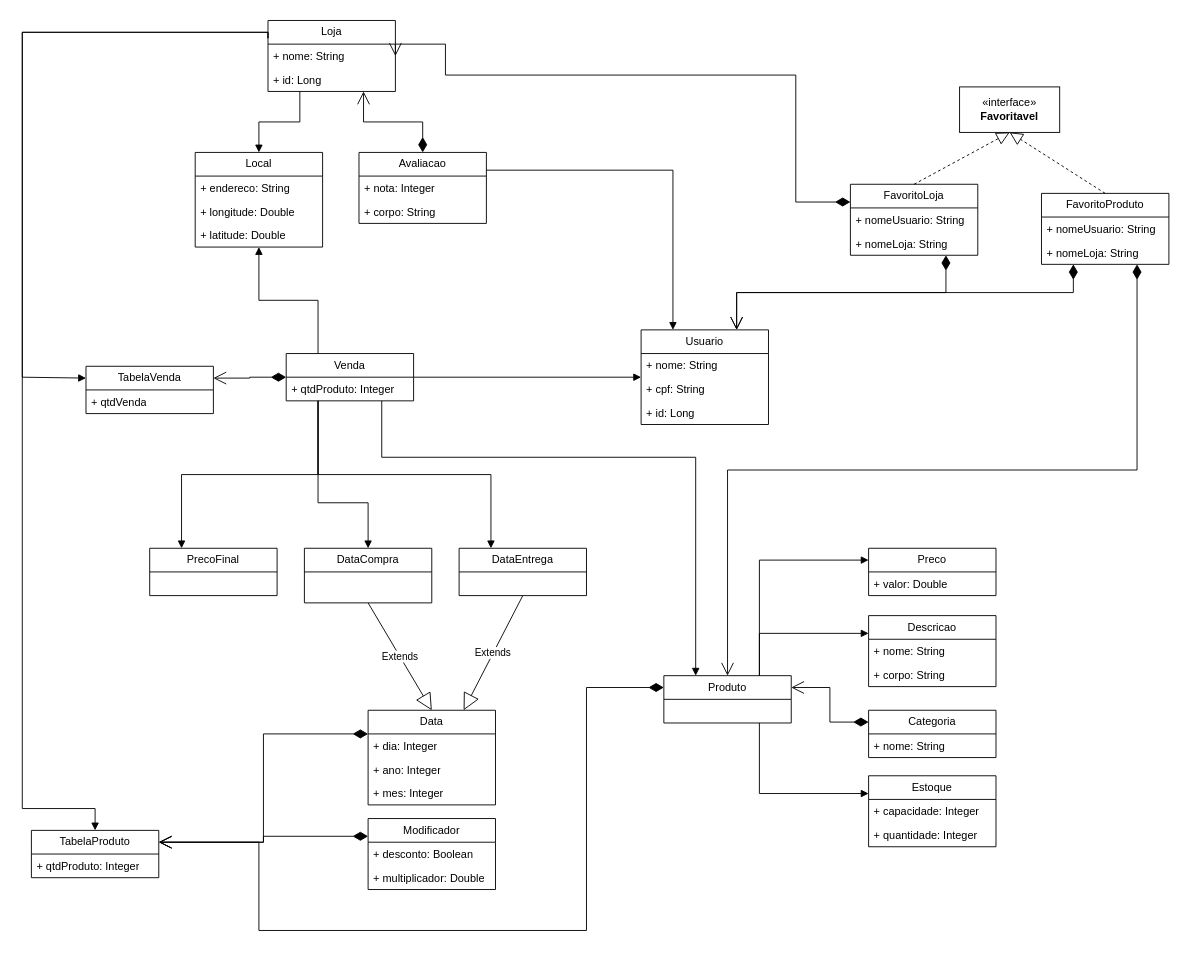
Bruno-Ed-cs/cityShop keeps this draw.io diagram as diagrams/DiagramaDeClasse.drawio. Above is the earlier version. Source tidied: cells renumbered, new cells numbered last; positions are measured from the earlier drawing's top-left corner, leaving out a move shared by most shapes. Both pictures are drawn from the tidied source at 91%, with x=0, y=0 at pixel (22, 20).
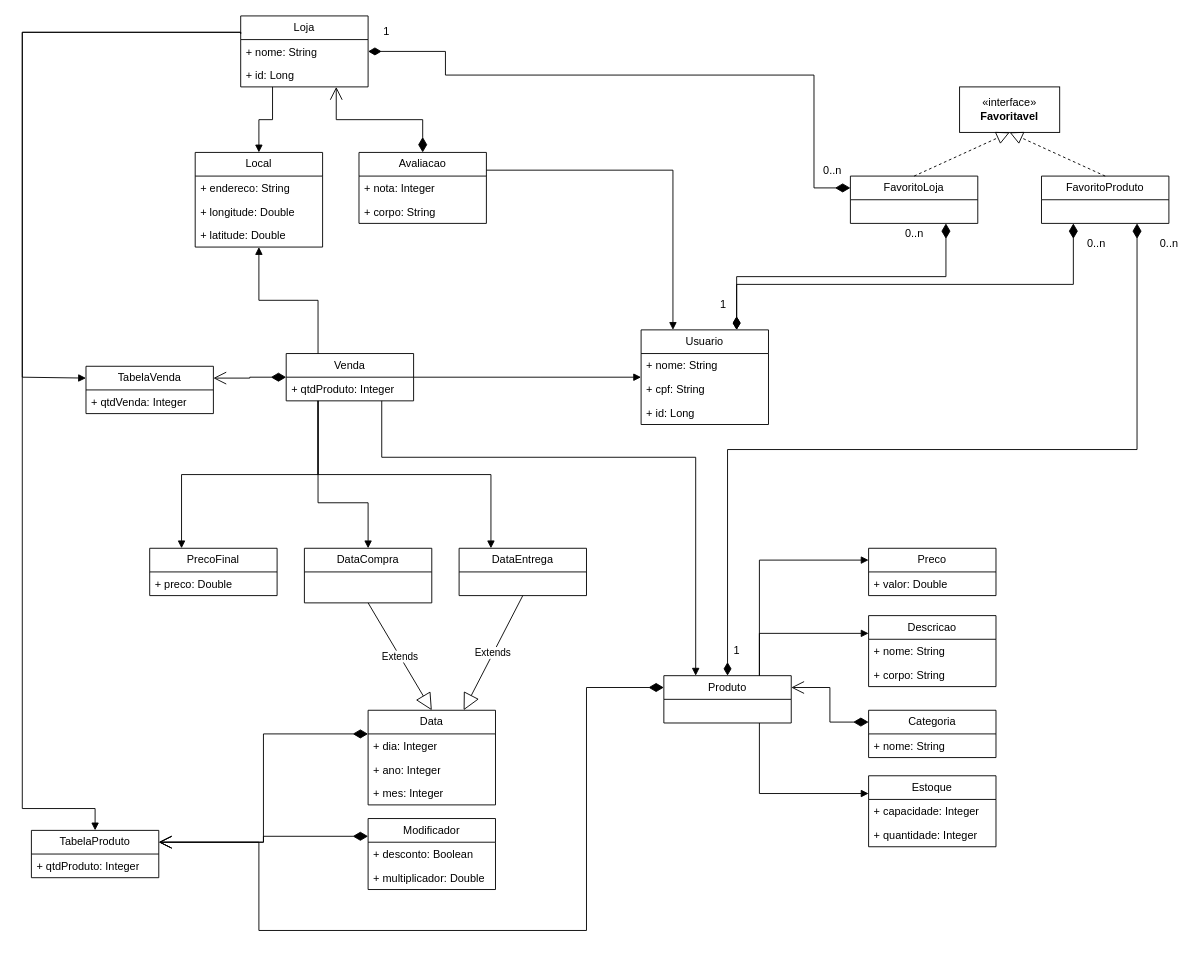
The same page after the edit.

The change refers to these unchanged cells:
```xml
<mxCell id="13" value="TabelaVenda" style="swimlane;fontStyle=0;horizontal=1;startSize=26;fillColor=none;whiteSpace=wrap;html=1;" parent="1" vertex="1">
  <mxGeometry x="70" y="380" width="140" height="52" as="geometry" />
</mxCell>
<mxCell id="15" value="Produto" style="swimlane;fontStyle=0;horizontal=1;startSize=26;fillColor=none;whiteSpace=wrap;html=1;" parent="1" vertex="1">
  <mxGeometry x="705" y="720" width="140" height="52" as="geometry" />
</mxCell>
<mxCell id="23" value="Usuario" style="swimlane;fontStyle=0;horizontal=1;startSize=26;fillColor=none;whiteSpace=wrap;html=1;" parent="1" vertex="1">
  <mxGeometry x="680" y="340" width="140" height="104" as="geometry" />
</mxCell>
<mxCell id="63" value="PrecoFinal" style="swimlane;fontStyle=0;horizontal=1;startSize=26;fillColor=none;whiteSpace=wrap;html=1;" parent="1" vertex="1">
  <mxGeometry x="140" y="580" width="140" height="52" as="geometry" />
</mxCell>
```

What changed in the source:
```diff
@@
-    <mxCell id="14" value="+ qtdVenda" style="text;strokeColor=none;fillColor=none;align=left;verticalAlign=top;spacingLeft=4;spacingRight=4;overflow=hidden;whiteSpace=wrap;html=1;" parent="13" vertex="1">
+    <mxCell id="14" value="+ qtdVenda: Integer" style="text;strokeColor=none;fillColor=none;align=left;verticalAlign=top;spacingLeft=4;spacingRight=4;overflow=hidden;whiteSpace=wrap;html=1;" parent="13" vertex="1">
       <mxGeometry y="26" width="140" height="26" as="geometry" />
     </mxCell>
@@
     <mxCell id="28" value="FavoritoProduto" style="swimlane;fontStyle=0;horizontal=1;startSize=26;fillColor=none;whiteSpace=wrap;html=1;" parent="1" vertex="1">
-      <mxGeometry x="1120" y="190" width="140" height="78" as="geometry" />
+      <mxGeometry x="1120" y="171" width="140" height="52" as="geometry" />
     </mxCell>
-    <mxCell id="29" value="+ nomeUsuario: String" style="text;strokeColor=none;fillColor=none;align=left;verticalAlign=top;spacingLeft=4;spacingRight=4;overflow=hidden;whiteSpace=wrap;html=1;" parent="28" vertex="1">
-      <mxGeometry y="26" width="140" height="26" as="geometry" />
-    </mxCell>
-    <mxCell id="30" value="+ nomeLoja: String" style="text;strokeColor=none;fillColor=none;align=left;verticalAlign=top;spacingLeft=4;spacingRight=4;overflow=hidden;whiteSpace=wrap;html=1;" parent="28" vertex="1">
-      <mxGeometry y="52" width="140" height="26" as="geometry" />
-    </mxCell>
     <mxCell id="31" value="FavoritoLoja" style="swimlane;fontStyle=0;horizontal=1;startSize=26;fillColor=none;whiteSpace=wrap;html=1;" parent="1" vertex="1">
-      <mxGeometry x="910" y="180" width="140" height="78" as="geometry" />
+      <mxGeometry x="910" y="171" width="140" height="52" as="geometry" />
     </mxCell>
-    <mxCell id="32" value="+ nomeUsuario: String" style="text;strokeColor=none;fillColor=none;align=left;verticalAlign=top;spacingLeft=4;spacingRight=4;overflow=hidden;whiteSpace=wrap;html=1;" parent="31" vertex="1">
-      <mxGeometry y="26" width="140" height="26" as="geometry" />
-    </mxCell>
-    <mxCell id="33" value="+ nomeLoja: String" style="text;strokeColor=none;fillColor=none;align=left;verticalAlign=top;spacingLeft=4;spacingRight=4;overflow=hidden;whiteSpace=wrap;html=1;" parent="31" vertex="1">
-      <mxGeometry y="52" width="140" height="26" as="geometry" />
-    </mxCell>
@@
-    <mxCell id="36" style="endArrow=open;html=1;endSize=12;startArrow=diamondThin;startSize=14;startFill=1;edgeStyle=orthogonalEdgeStyle;align=left;verticalAlign=bottom;rounded=0;exitX=0.25;exitY=1;exitDx=0;exitDy=0;entryX=0.75;entryY=0;entryDx=0;entryDy=0;" parent="1" edge="1" source="28" target="23">
+    <mxCell id="36" style="endArrow=diamondThin;html=1;endSize=12;startArrow=diamondThin;startSize=14;startFill=1;edgeStyle=orthogonalEdgeStyle;align=left;verticalAlign=bottom;rounded=0;exitX=0.25;exitY=1;exitDx=0;exitDy=0;entryX=0.75;entryY=0;entryDx=0;entryDy=0;endFill=1;" parent="1" edge="1" source="28" target="23">
       <mxGeometry x="-1" y="3" relative="1" as="geometry">
         <Array as="points">
-          <mxPoint x="1155" y="299" />
-          <mxPoint x="785" y="299" />
+          <mxPoint x="1155" y="290" />
+          <mxPoint x="785" y="290" />
         </Array>
       </mxGeometry>
     </mxCell>
-    <mxCell id="37" style="endArrow=open;html=1;endSize=12;startArrow=diamondThin;startSize=14;startFill=1;edgeStyle=orthogonalEdgeStyle;align=left;verticalAlign=bottom;rounded=0;exitX=0.75;exitY=1;exitDx=0;exitDy=0;entryX=0.75;entryY=0;entryDx=0;entryDy=0;" parent="1" edge="1" source="31" target="23">
+    <mxCell id="37" style="endArrow=diamondThin;html=1;endSize=12;startArrow=diamondThin;startSize=14;startFill=1;edgeStyle=orthogonalEdgeStyle;align=left;verticalAlign=bottom;rounded=0;exitX=0.75;exitY=1;exitDx=0;exitDy=0;entryX=0.75;entryY=0;entryDx=0;entryDy=0;endFill=1;" parent="1" edge="1" source="31" target="23">
       <mxGeometry x="-1" y="3" relative="1" as="geometry" />
     </mxCell>
@@
-    <mxCell id="41" style="endArrow=open;html=1;endSize=12;startArrow=diamondThin;startSize=14;startFill=1;edgeStyle=orthogonalEdgeStyle;align=left;verticalAlign=bottom;rounded=0;exitX=0.75;exitY=1;exitDx=0;exitDy=0;entryX=0.5;entryY=0;entryDx=0;entryDy=0;" parent="1" edge="1" source="28" target="15">
+    <mxCell id="41" style="endArrow=diamondThin;html=1;endSize=12;startArrow=diamondThin;startSize=14;startFill=1;edgeStyle=orthogonalEdgeStyle;align=left;verticalAlign=bottom;rounded=0;exitX=0.75;exitY=1;exitDx=0;exitDy=0;entryX=0.5;entryY=0;entryDx=0;entryDy=0;endFill=1;" parent="1" edge="1" source="28" target="15">
       <mxGeometry x="-1" y="3" relative="1" as="geometry" />
     </mxCell>
     <mxCell id="42" value="Loja" style="swimlane;fontStyle=0;horizontal=1;startSize=26;fillColor=none;whiteSpace=wrap;html=1;" parent="1" vertex="1">
-      <mxGeometry x="270" width="140" height="78" as="geometry" />
+      <mxGeometry x="240" y="-5" width="140" height="78" as="geometry" />
     </mxCell>
@@
-    <mxCell id="52" style="endArrow=open;html=1;endSize=12;startArrow=diamondThin;startSize=14;startFill=1;edgeStyle=orthogonalEdgeStyle;align=left;verticalAlign=bottom;rounded=0;entryX=1;entryY=0.5;entryDx=0;entryDy=0;exitX=0;exitY=0.25;exitDx=0;exitDy=0;" parent="1" edge="1" source="31" target="42">
+    <mxCell id="52" style="endArrow=diamondThin;html=1;endSize=12;startArrow=diamondThin;startSize=14;startFill=1;edgeStyle=orthogonalEdgeStyle;align=left;verticalAlign=bottom;rounded=0;entryX=1;entryY=0.5;entryDx=0;entryDy=0;exitX=0;exitY=0.25;exitDx=0;exitDy=0;endFill=1;" parent="1" edge="1" source="31" target="42">
       <mxGeometry x="-1" y="3" relative="1" as="geometry">
         <Array as="points">
-          <mxPoint x="850" y="200" />
-          <mxPoint x="850" y="60" />
+          <mxPoint x="870" y="184" />
+          <mxPoint x="870" y="60" />
           <mxPoint x="465" y="60" />
-          <mxPoint x="465" y="26" />
-          <mxPoint x="410" y="26" />
+          <mxPoint x="465" y="34" />
         </Array>
       </mxGeometry>
     </mxCell>
@@
+    <mxCell id="77" value="+ preco: Double" style="text;strokeColor=none;fillColor=none;align=left;verticalAlign=top;spacingLeft=4;spacingRight=4;overflow=hidden;whiteSpace=wrap;html=1;" parent="63" vertex="1">
+      <mxGeometry y="26" width="140" height="26" as="geometry" />
+    </mxCell>
@@
+    <mxCell id="78" value="1" style="text;html=1;align=center;verticalAlign=middle;strokeColor=none;fillColor=none;" parent="1" vertex="1">
+      <mxGeometry x="385" y="-2" width="30" height="30" as="geometry" />
+    </mxCell>
+    <mxCell id="79" value="1" style="text;html=1;align=center;verticalAlign=middle;strokeColor=none;fillColor=none;" parent="1" vertex="1">
+      <mxGeometry x="755" y="298" width="30" height="30" as="geometry" />
+    </mxCell>
+    <mxCell id="80" value="1" style="text;html=1;align=center;verticalAlign=middle;strokeColor=none;fillColor=none;" parent="1" vertex="1">
+      <mxGeometry x="770" y="678" width="30" height="30" as="geometry" />
+    </mxCell>
+    <mxCell id="81" value="0..n" style="text;html=1;align=center;verticalAlign=middle;strokeColor=none;fillColor=none;" parent="1" vertex="1">
+      <mxGeometry x="870" y="150" width="40" height="30" as="geometry" />
+    </mxCell>
+    <mxCell id="82" value="0..n" style="text;html=1;align=center;verticalAlign=middle;strokeColor=none;fillColor=none;" parent="1" vertex="1">
+      <mxGeometry x="960" y="219" width="40" height="30" as="geometry" />
+    </mxCell>
+    <mxCell id="83" value="0..n" style="text;html=1;align=center;verticalAlign=middle;strokeColor=none;fillColor=none;" parent="1" vertex="1">
+      <mxGeometry x="1160" y="230" width="40" height="30" as="geometry" />
+    </mxCell>
+    <mxCell id="84" value="0..n" style="text;html=1;align=center;verticalAlign=middle;strokeColor=none;fillColor=none;" parent="1" vertex="1">
+      <mxGeometry x="1240" y="230" width="40" height="30" as="geometry" />
+    </mxCell>
```
